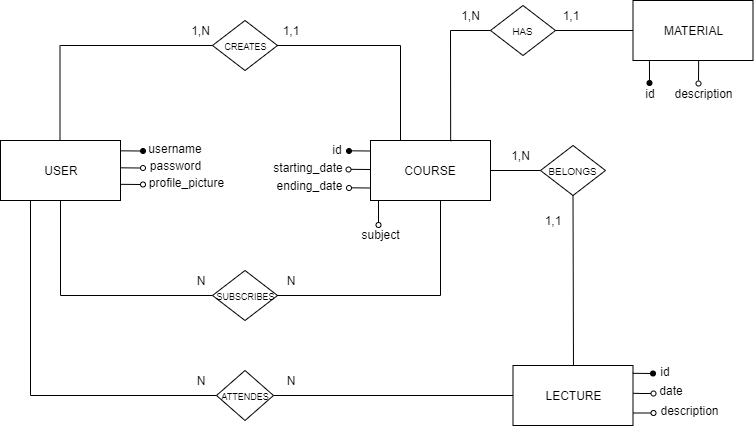
Earlier version of the draw.io export notes/Agile_ER.png (peace27-96/ASDE_Project_Group3). Source tidied: cells renumbered, new cells last; positions are measured from the earlier drawing's top-left corner, leaving out a move shared by most shapes.
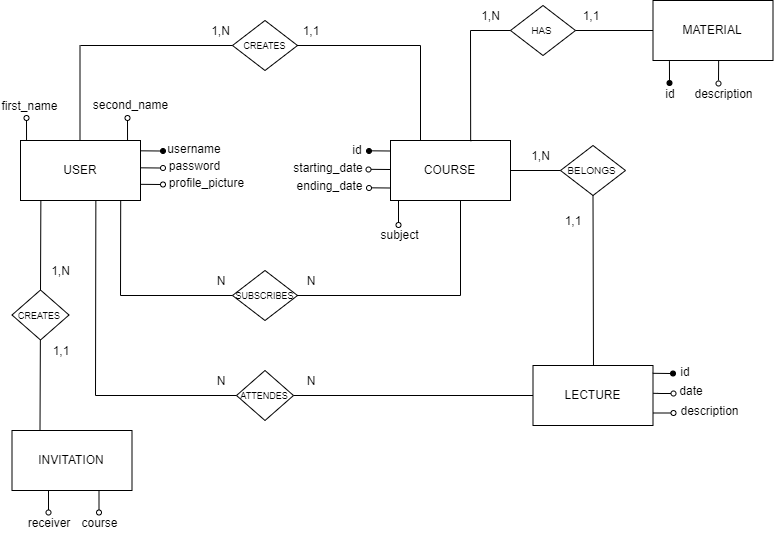
The same file after the commit.

The edit, as a diff of the source:
```diff
@@ -13,12 +13,12 @@
     </mxCell>
     <mxCell id="5" style="endArrow=none;html=1;entryX=0;entryY=0.5;entryDx=0;entryDy=0;" parent="1" edge="1" target="4">
       <mxGeometry relative="1" as="geometry">
-        <mxPoint x="60" y="295" as="sourcePoint" />
+        <mxPoint x="100" y="295" as="sourcePoint" />
       </mxGeometry>
     </mxCell>
-    <mxCell id="6" style="endArrow=none;html=1;entryX=0.5;entryY=1;entryDx=0;entryDy=0;" parent="1" edge="1" target="2">
+    <mxCell id="6" style="endArrow=none;html=1;entryX=0.835;entryY=0.998;entryDx=0;entryDy=0;entryPerimeter=0;" parent="1" edge="1" target="2">
       <mxGeometry relative="1" as="geometry">
-        <mxPoint x="60" y="295" as="sourcePoint" />
+        <mxPoint x="100" y="295" as="sourcePoint" />
       </mxGeometry>
     </mxCell>
     <mxCell id="7" style="endArrow=none;html=1;exitX=0.991;exitY=0.5;exitDx=0;exitDy=0;exitPerimeter=0;" parent="1" edge="1" source="4">
@@ -91,14 +91,14 @@
     <mxCell id="24" value="&lt;font style=&quot;font-size: 9px&quot;&gt;ATTENDES&lt;br&gt;&lt;/font&gt;" style="rhombus;whiteSpace=wrap;html=1;" parent="1" vertex="1">
       <mxGeometry x="216" y="370" width="57" height="50" as="geometry" />
     </mxCell>
-    <mxCell id="25" style="endArrow=none;html=1;entryX=0.25;entryY=1;entryDx=0;entryDy=0;" parent="1" edge="1" target="2">
+    <mxCell id="25" style="endArrow=none;html=1;entryX=0.628;entryY=0.992;entryDx=0;entryDy=0;entryPerimeter=0;" parent="1" edge="1" target="2">
       <mxGeometry relative="1" as="geometry">
-        <mxPoint x="30" y="395" as="sourcePoint" />
+        <mxPoint x="75" y="395" as="sourcePoint" />
       </mxGeometry>
     </mxCell>
     <mxCell id="26" style="endArrow=none;html=1;entryX=0;entryY=0.5;entryDx=0;entryDy=0;" parent="1" edge="1" target="24">
       <mxGeometry relative="1" as="geometry">
-        <mxPoint x="30" y="395" as="sourcePoint" />
+        <mxPoint x="75" y="395" as="sourcePoint" />
       </mxGeometry>
     </mxCell>
     <mxCell id="27" style="endArrow=none;html=1;exitX=1;exitY=0.5;exitDx=0;exitDy=0;entryX=0;entryY=0.5;entryDx=0;entryDy=0;" parent="1" edge="1" source="24" target="19">
@@ -276,5 +276,76 @@
     <mxCell id="72" value="profile_picture" style="text;html=1;strokeColor=none;fillColor=none;align=center;verticalAlign=middle;whiteSpace=wrap;rounded=0;" parent="1" vertex="1">
       <mxGeometry x="166" y="171.5" width="40" height="20" as="geometry" />
     </mxCell>
+    <mxCell id="73" style="endArrow=none;html=1;entryX=0.628;entryY=0.992;entryDx=0;entryDy=0;entryPerimeter=0;" parent="1" edge="1">
+      <mxGeometry relative="1" as="geometry">
+        <mxPoint x="20" y="290" as="sourcePoint" />
+        <mxPoint x="20.4" y="199.5" as="targetPoint" />
+      </mxGeometry>
+    </mxCell>
+    <mxCell id="74" value="INVITATION" style="rounded=0;whiteSpace=wrap;html=1;" parent="1" vertex="1">
+      <mxGeometry x="-8.5" y="430" width="120" height="60" as="geometry" />
+    </mxCell>
+    <mxCell id="75" style="endArrow=none;html=1;" parent="1" edge="1">
+      <mxGeometry relative="1" as="geometry">
+        <mxPoint x="28" y="490" as="sourcePoint" />
+        <mxPoint x="28" y="510" as="targetPoint" />
+      </mxGeometry>
+    </mxCell>
+    <mxCell id="76" style="ellipse;whiteSpace=wrap;html=1;" parent="1" vertex="1">
+      <mxGeometry x="25.5" y="509.5" width="5" height="5" as="geometry" />
+    </mxCell>
+    <mxCell id="77" value="receiver" style="text;html=1;strokeColor=none;fillColor=none;align=center;verticalAlign=middle;whiteSpace=wrap;rounded=0;" parent="1" vertex="1">
+      <mxGeometry x="8.5" y="512" width="40" height="20" as="geometry" />
+    </mxCell>
+    <mxCell id="78" value="&lt;font style=&quot;font-size: 9px&quot;&gt;CREATES&lt;br&gt;&lt;/font&gt;" style="rhombus;whiteSpace=wrap;html=1;" parent="1" vertex="1">
+      <mxGeometry x="-8.5" y="289.5" width="57" height="50" as="geometry" />
+    </mxCell>
+    <mxCell id="79" style="endArrow=none;html=1;entryX=0.628;entryY=0.992;entryDx=0;entryDy=0;entryPerimeter=0;" parent="1" edge="1">
+      <mxGeometry relative="1" as="geometry">
+        <mxPoint x="19.5" y="430" as="sourcePoint" />
+        <mxPoint x="19.9" y="339.5" as="targetPoint" />
+      </mxGeometry>
+    </mxCell>
+    <mxCell id="80" value="1,N" style="text;html=1;strokeColor=none;fillColor=none;align=center;verticalAlign=middle;whiteSpace=wrap;rounded=0;" parent="1" vertex="1">
+      <mxGeometry x="20" y="260" width="40" height="20" as="geometry" />
+    </mxCell>
+    <mxCell id="81" value="1,1" style="text;html=1;strokeColor=none;fillColor=none;align=center;verticalAlign=middle;whiteSpace=wrap;rounded=0;" parent="1" vertex="1">
+      <mxGeometry x="20" y="340" width="40" height="20" as="geometry" />
+    </mxCell>
+    <mxCell id="82" style="endArrow=none;html=1;exitX=0.892;exitY=0.003;exitDx=0;exitDy=0;exitPerimeter=0;" parent="1" edge="1" source="2">
+      <mxGeometry relative="1" as="geometry">
+        <mxPoint x="107" y="120" as="targetPoint" />
+      </mxGeometry>
+    </mxCell>
+    <mxCell id="83" style="ellipse;whiteSpace=wrap;html=1;" parent="1" vertex="1">
+      <mxGeometry x="104.5" y="115" width="5" height="5" as="geometry" />
+    </mxCell>
+    <mxCell id="84" value="second_name" style="text;html=1;strokeColor=none;fillColor=none;align=center;verticalAlign=middle;whiteSpace=wrap;rounded=0;" parent="1" vertex="1">
+      <mxGeometry x="89.5" y="93.5" width="40" height="20" as="geometry" />
+    </mxCell>
+    <mxCell id="85" style="endArrow=none;html=1;exitX=0.892;exitY=0.003;exitDx=0;exitDy=0;exitPerimeter=0;" parent="1" edge="1">
+      <mxGeometry relative="1" as="geometry">
+        <mxPoint x="6" y="140.2" as="sourcePoint" />
+        <mxPoint x="6" y="120" as="targetPoint" />
+      </mxGeometry>
+    </mxCell>
+    <mxCell id="86" style="ellipse;whiteSpace=wrap;html=1;" parent="1" vertex="1">
+      <mxGeometry x="3.5" y="115" width="5" height="5" as="geometry" />
+    </mxCell>
+    <mxCell id="87" value="first_name" style="text;html=1;strokeColor=none;fillColor=none;align=center;verticalAlign=middle;whiteSpace=wrap;rounded=0;" parent="1" vertex="1">
+      <mxGeometry x="-11.5" y="95" width="40" height="20" as="geometry" />
+    </mxCell>
+    <mxCell id="88" style="endArrow=none;html=1;" parent="1" edge="1">
+      <mxGeometry relative="1" as="geometry">
+        <mxPoint x="78.5" y="490" as="sourcePoint" />
+        <mxPoint x="78.5" y="510" as="targetPoint" />
+      </mxGeometry>
+    </mxCell>
+    <mxCell id="89" style="ellipse;whiteSpace=wrap;html=1;" parent="1" vertex="1">
+      <mxGeometry x="76" y="509.5" width="5" height="5" as="geometry" />
+    </mxCell>
+    <mxCell id="90" value="course" style="text;html=1;strokeColor=none;fillColor=none;align=center;verticalAlign=middle;whiteSpace=wrap;rounded=0;" parent="1" vertex="1">
+      <mxGeometry x="59" y="512" width="40" height="20" as="geometry" />
+    </mxCell>
   </root>
 </mxGraphModel>
```
